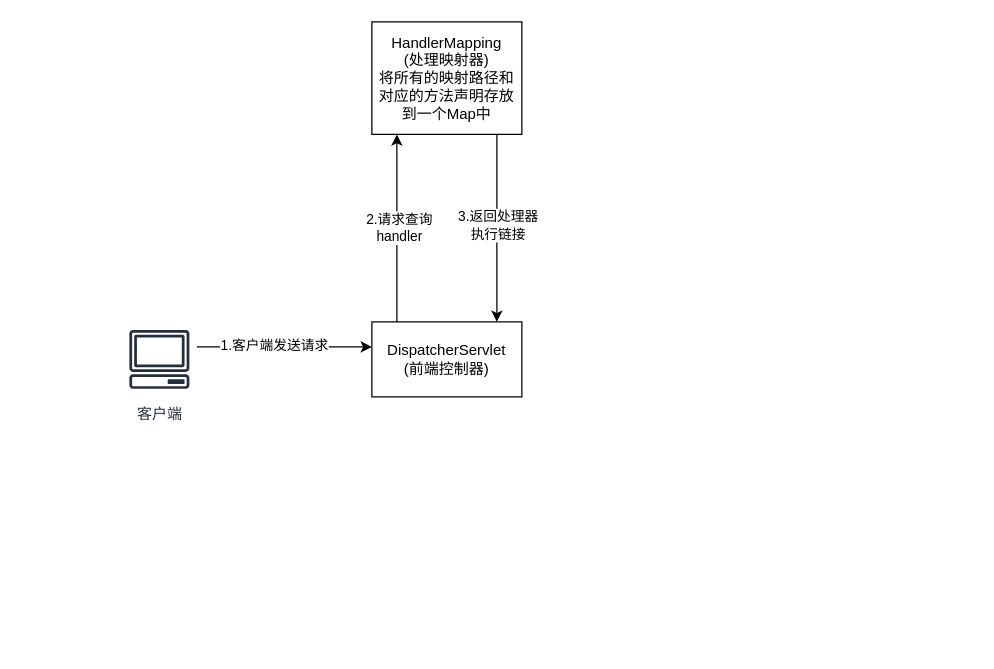
Earlier version of the draw.io diagram SpringMVC.drawio (Hitori-kwok/Diagram). Source tidied: cells renumbered, new cells numbered last; positions are measured from the earlier drawing's top-left corner, leaving out a move shared by most shapes. Both pictures are drawn from the tidied source at 125%, with x=0, y=0 at pixel (121, 21).
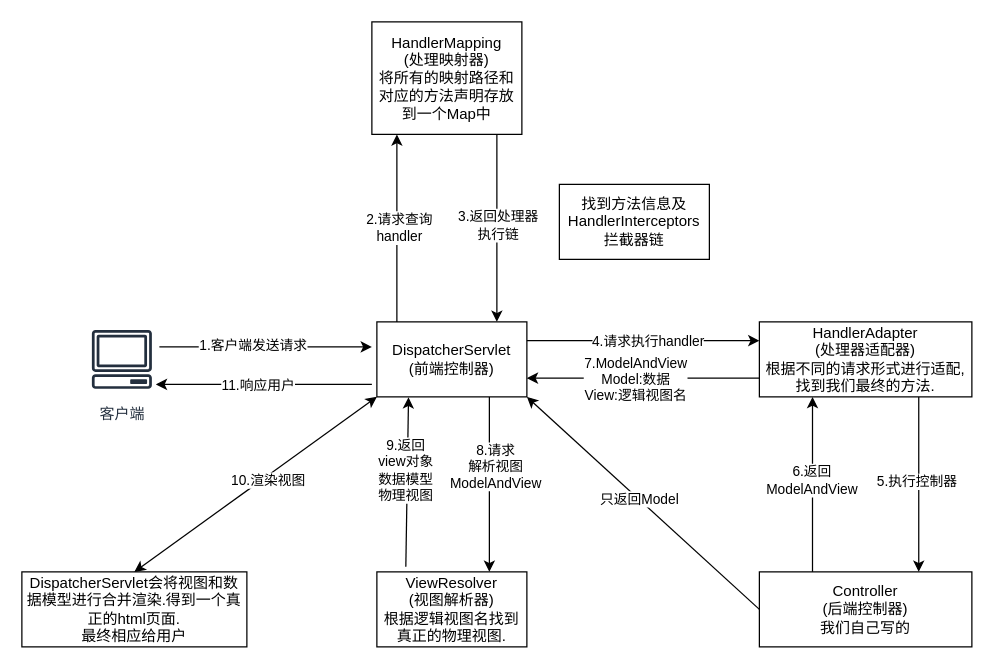
After the change.

Unchanged cells that the change refers to:
```xml
<mxCell id="9" style="endArrow=classic;html=1;rounded=0;exitX=0.75;exitY=1;exitDx=0;exitDy=0;entryX=0.75;entryY=0;entryDx=0;entryDy=0;" parent="1" edge="1">
  <mxGeometry relative="1" as="geometry">
    <mxPoint x="300" y="90" as="sourcePoint" />
    <mxPoint x="300" y="240" as="targetPoint" />
  </mxGeometry>
</mxCell>
```

What changed in the source:
```diff
@@
     <mxCell id="2" value="客户端" style="sketch=0;fontColor=#232F3E;gradientColor=none;strokeColor=#232F3E;fillColor=#ffffff;dashed=0;verticalLabelPosition=bottom;verticalAlign=top;align=center;html=1;fontSize=12;fontStyle=0;shape=mxgraph.aws4.resourceIcon;resIcon=mxgraph.aws4.client;" parent="1" vertex="1">
-      <mxGeometry y="240" width="60" height="60" as="geometry" />
+      <mxGeometry x="-30" y="240" width="60" height="60" as="geometry" />
     </mxCell>
     <mxCell id="3" value="DispatcherServlet&lt;div&gt;(前端控制器)&lt;/div&gt;" style="rounded=0;whiteSpace=wrap;html=1;" parent="1" vertex="1">
-      <mxGeometry x="200" y="240" width="120" height="60" as="geometry" />
+      <mxGeometry x="204" y="240" width="120" height="60" as="geometry" />
     </mxCell>
     <mxCell id="4" style="endArrow=classic;html=1;rounded=0;" parent="1" edge="1">
       <mxGeometry relative="1" as="geometry">
-        <mxPoint x="60" y="260" as="sourcePoint" />
+        <mxPoint x="30" y="260" as="sourcePoint" />
         <mxPoint x="200" y="260" as="targetPoint" />
       </mxGeometry>
     </mxCell>
@@
-    <mxCell id="10" value="3.返回处理器&lt;div&gt;执行链接&lt;/div&gt;" style="edgeLabel;html=1;align=center;verticalAlign=middle;" parent="9" vertex="1">
+    <mxCell id="10" value="3.返回处理器&lt;div&gt;执行链&lt;/div&gt;" style="edgeLabel;html=1;align=center;verticalAlign=middle;" parent="9" vertex="1">
       <mxGeometry x="-0.04" relative="1" as="geometry" />
     </mxCell>
+    <mxCell id="11" value="HandlerAdapter&lt;div&gt;(处理器适配器)&lt;/div&gt;&lt;div&gt;根据不同的请求形式进行适配,找到我们最终的方法.&lt;/div&gt;" style="rounded=0;whiteSpace=wrap;html=1;" parent="1" vertex="1">
+      <mxGeometry x="510" y="240" width="170" height="60" as="geometry" />
+    </mxCell>
+    <mxCell id="12" style="endArrow=classic;html=1;rounded=0;exitX=1;exitY=0.25;exitDx=0;exitDy=0;entryX=0;entryY=0.25;entryDx=0;entryDy=0;" parent="1" edge="1" source="3" target="11">
+      <mxGeometry relative="1" as="geometry" />
+    </mxCell>
+    <mxCell id="13" value="4.请求执行handler" style="edgeLabel;html=1;align=center;verticalAlign=middle;" parent="12" vertex="1">
+      <mxGeometry x="0.03" relative="1" as="geometry" />
+    </mxCell>
+    <mxCell id="14" style="endArrow=classic;html=1;rounded=0;entryX=1;entryY=0.75;entryDx=0;entryDy=0;exitX=0;exitY=0.75;exitDx=0;exitDy=0;" parent="1" edge="1" source="11" target="3">
+      <mxGeometry relative="1" as="geometry" />
+    </mxCell>
+    <mxCell id="15" value="7.ModelAndView&lt;div&gt;Model:数据&lt;/div&gt;&lt;div&gt;View:逻辑视图名&lt;/div&gt;" style="edgeLabel;html=1;align=center;verticalAlign=middle;" parent="14" vertex="1">
+      <mxGeometry x="0.08" relative="1" as="geometry" />
+    </mxCell>
+    <mxCell id="16" value="Controller&lt;div&gt;(后端控制器)&lt;/div&gt;&lt;div&gt;我们自己写的&lt;/div&gt;" style="rounded=0;whiteSpace=wrap;html=1;" parent="1" vertex="1">
+      <mxGeometry x="510" y="440" width="170" height="60" as="geometry" />
+    </mxCell>
+    <mxCell id="17" style="endArrow=classic;html=1;rounded=0;exitX=0.75;exitY=1;exitDx=0;exitDy=0;entryX=0.75;entryY=0;entryDx=0;entryDy=0;" parent="1" edge="1" source="11" target="16">
+      <mxGeometry relative="1" as="geometry" />
+    </mxCell>
+    <mxCell id="18" value="5.执行控制器" style="edgeLabel;html=1;align=center;verticalAlign=middle;" parent="17" vertex="1">
+      <mxGeometry x="-0.05" y="-2" relative="1" as="geometry" />
+    </mxCell>
+    <mxCell id="19" style="endArrow=classic;html=1;rounded=0;entryX=0.25;entryY=1;entryDx=0;entryDy=0;exitX=0.25;exitY=0;exitDx=0;exitDy=0;" parent="1" edge="1" source="16" target="11">
+      <mxGeometry relative="1" as="geometry" />
+    </mxCell>
+    <mxCell id="20" value="6.返回&lt;div&gt;ModelAndView&lt;/div&gt;" style="edgeLabel;html=1;align=center;verticalAlign=middle;" parent="19" vertex="1">
+      <mxGeometry x="0.06" y="1" relative="1" as="geometry" />
+    </mxCell>
+    <mxCell id="21" style="endArrow=classic;html=1;rounded=0;entryX=1;entryY=1;entryDx=0;entryDy=0;exitX=0;exitY=0.5;exitDx=0;exitDy=0;" parent="1" edge="1" source="16" target="3">
+      <mxGeometry relative="1" as="geometry" />
+    </mxCell>
+    <mxCell id="22" value="只返回Model" style="edgeLabel;html=1;align=center;verticalAlign=middle;" parent="21" vertex="1">
+      <mxGeometry x="0.04" relative="1" as="geometry" />
+    </mxCell>
+    <mxCell id="23" value="ViewResolver&lt;div&gt;(视图解析器)&lt;/div&gt;&lt;div&gt;根据逻辑视图名找到真正的物理视图.&lt;/div&gt;" style="rounded=0;whiteSpace=wrap;html=1;" parent="1" vertex="1">
+      <mxGeometry x="204" y="440" width="120" height="60" as="geometry" />
+    </mxCell>
+    <mxCell id="24" style="endArrow=classic;html=1;rounded=0;exitX=0.75;exitY=1;exitDx=0;exitDy=0;entryX=0.75;entryY=0;entryDx=0;entryDy=0;" parent="1" edge="1" source="3" target="23">
+      <mxGeometry relative="1" as="geometry" />
+    </mxCell>
+    <mxCell id="25" value="8.请求&lt;div&gt;解析视图&lt;/div&gt;&lt;div&gt;ModelAndView&lt;/div&gt;" style="edgeLabel;html=1;align=center;verticalAlign=middle;" parent="24" vertex="1">
+      <mxGeometry x="-0.21" y="4" relative="1" as="geometry" />
+    </mxCell>
+    <mxCell id="26" style="endArrow=classic;html=1;rounded=0;entryX=0.211;entryY=1.006;entryDx=0;entryDy=0;entryPerimeter=0;exitX=0.193;exitY=-0.069;exitDx=0;exitDy=0;exitPerimeter=0;" parent="1" edge="1" source="23" target="3">
+      <mxGeometry relative="1" as="geometry" />
+    </mxCell>
+    <mxCell id="27" value="9.返回&lt;div&gt;view对象&lt;/div&gt;&lt;div&gt;数据模型&lt;/div&gt;&lt;div&gt;物理视图&lt;/div&gt;" style="edgeLabel;html=1;align=center;verticalAlign=middle;" parent="26" vertex="1">
+      <mxGeometry x="0.14" y="2" relative="1" as="geometry" />
+    </mxCell>
+    <mxCell id="28" value="DispatcherServlet会将视图和数据模型进行合并渲染.得到一个真正的html页面.&lt;div&gt;最终相应给用户&lt;/div&gt;" style="rounded=0;whiteSpace=wrap;html=1;" parent="1" vertex="1">
+      <mxGeometry x="-80" y="440" width="180" height="60" as="geometry" />
+    </mxCell>
+    <mxCell id="29" style="endArrow=classic;startArrow=classic;html=1;rounded=0;entryX=0;entryY=1;entryDx=0;entryDy=0;exitX=0.5;exitY=0;exitDx=0;exitDy=0;" parent="1" edge="1" source="28" target="3">
+      <mxGeometry relative="1" as="geometry" />
+    </mxCell>
+    <mxCell id="30" value="10.渲染视图" style="edgeLabel;html=1;align=center;verticalAlign=middle;" parent="29" vertex="1">
+      <mxGeometry x="0.08" y="-3" relative="1" as="geometry" />
+    </mxCell>
+    <mxCell id="31" style="endArrow=classic;html=1;rounded=0;" parent="1" edge="1">
+      <mxGeometry relative="1" as="geometry">
+        <mxPoint x="200" y="290" as="sourcePoint" />
+        <mxPoint x="27.2" y="290" as="targetPoint" />
+      </mxGeometry>
+    </mxCell>
+    <mxCell id="32" value="11.响应用户" style="edgeLabel;html=1;align=center;verticalAlign=middle;" parent="31" vertex="1">
+      <mxGeometry x="0.06" relative="1" as="geometry" />
+    </mxCell>
+    <mxCell id="33" value="找到方法信息及&lt;div&gt;HandlerInterceptors&lt;/div&gt;&lt;div&gt;拦截器链&lt;/div&gt;" style="rounded=0;whiteSpace=wrap;html=1;" parent="1" vertex="1">
+      <mxGeometry x="350" y="130" width="120" height="60" as="geometry" />
+    </mxCell>
```
